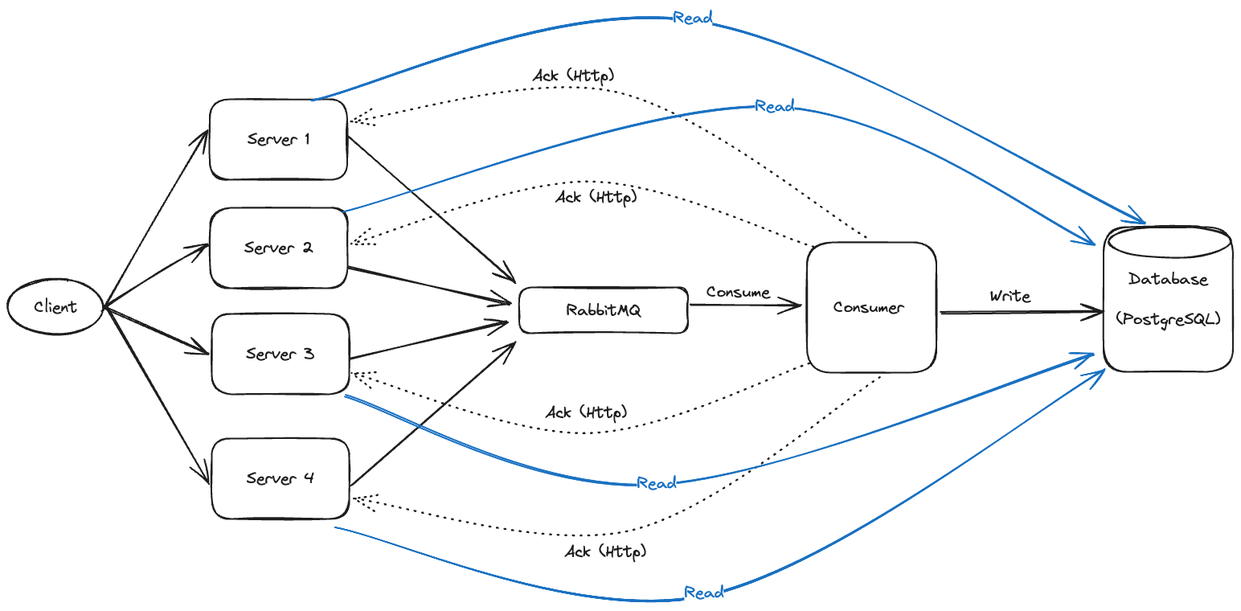
The Excalidraw diagram design/system-architecture.png in LelinZheng/group_chatflow, before a commit. Source tidied: one line per element, renumbered; positions are measured from the earlier drawing's top-left corner, leaving out a move shared by most shapes.
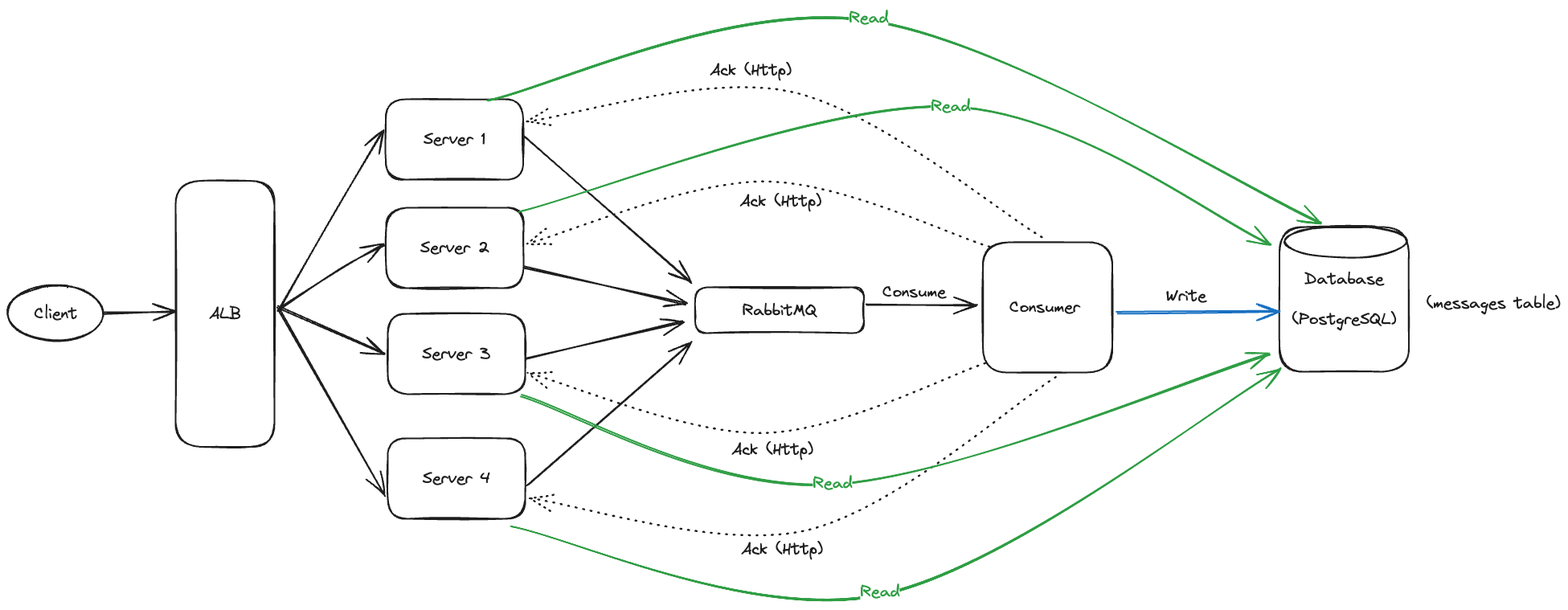
Above is the later version.

Commit message:
doc: Modified system architecture diagram

Diff of the diagram source:
```diff
@@ -1,5 +1,5 @@
-{"id": 0, "type": "ellipse", "strokeColor": "#1e1e1e", "strokeWidth": 2, "roughness": 1, "round": true, "x": 0, "y": 338, "width": 119, "height": 69}
+{"id": 0, "type": "ellipse", "strokeColor": "#1e1e1e", "strokeWidth": 2, "roughness": 1, "round": true, "x": -219, "y": 346, "width": 119, "height": 69}
-{"id": 1, "type": "text", "text": "Client", "strokeColor": "#1e1e1e", "strokeWidth": 2, "roughness": 1, "fontSize": 20, "fontFamily": 1, "textAlign": "center", "verticalAlign": "middle", "inside": 0, "x": 32, "y": 360, "width": 54, "height": 25}
+{"id": 1, "type": "text", "text": "Client", "strokeColor": "#1e1e1e", "strokeWidth": 2, "roughness": 1, "fontSize": 20, "fontFamily": 1, "textAlign": "center", "verticalAlign": "middle", "inside": 0, "x": -187, "y": 368, "width": 54, "height": 25}
 {"id": 2, "type": "rectangle", "strokeColor": "#1e1e1e", "strokeWidth": 2, "roughness": 1, "round": true, "x": 251, "y": 114, "width": 171, "height": 100}
 {"id": 3, "type": "text", "text": "Server 1", "strokeColor": "#1e1e1e", "strokeWidth": 2, "roughness": 1, "fontSize": 20, "fontFamily": 1, "textAlign": "center", "verticalAlign": "middle", "inside": 2, "x": 298, "y": 151, "width": 77, "height": 25}
 {"id": 4, "type": "rectangle", "strokeColor": "#1e1e1e", "strokeWidth": 2, "roughness": 1, "round": true, "x": 252, "y": 248, "width": 171, "height": 100}
@@ -8,10 +8,10 @@
 {"id": 7, "type": "text", "text": "Server 3", "strokeColor": "#1e1e1e", "strokeWidth": 2, "roughness": 1, "fontSize": 20, "fontFamily": 1, "textAlign": "center", "verticalAlign": "middle", "inside": 6, "x": 296, "y": 418, "width": 85, "height": 25}
 {"id": 8, "type": "rectangle", "strokeColor": "#1e1e1e", "strokeWidth": 2, "roughness": 1, "round": true, "x": 254, "y": 536, "width": 171, "height": 100}
 {"id": 9, "type": "text", "text": "Server 4", "strokeColor": "#1e1e1e", "strokeWidth": 2, "roughness": 1, "fontSize": 20, "fontFamily": 1, "textAlign": "center", "verticalAlign": "middle", "inside": 8, "x": 297, "y": 573, "width": 84, "height": 25}
-{"id": 10, "type": "arrow", "strokeColor": "#1e1e1e", "strokeWidth": 2, "roughness": 1, "endArrowhead": "arrow", "round": true, "to": 2, "x": 117, "y": 378, "width": 130, "height": 224, "points": [[0, 0], [71, -123], [130, -224]]}
+{"id": 10, "type": "arrow", "strokeColor": "#1e1e1e", "strokeWidth": 2, "roughness": 1, "endArrowhead": "arrow", "round": true, "from": 45, "to": 2, "x": 117, "y": 378, "width": 130, "height": 224, "points": [[0, 0], [71, -123], [130, -224]]}
-{"id": 11, "type": "arrow", "strokeColor": "#1e1e1e", "strokeWidth": 2, "roughness": 1, "endArrowhead": "arrow", "round": true, "from": 0, "to": 4, "x": 123, "y": 372, "width": 127, "height": 77, "points": [[0, 0], [73, -48], [127, -77]]}
+{"id": 11, "type": "arrow", "strokeColor": "#1e1e1e", "strokeWidth": 2, "roughness": 1, "endArrowhead": "arrow", "round": true, "from": 45, "to": 4, "x": 119, "y": 375, "width": 131, "height": 81, "points": [[0, 0], [77, -52], [131, -81]]}
-{"id": 12, "type": "arrow", "strokeColor": "#1e1e1e", "strokeWidth": 2, "roughness": 1, "endArrowhead": "arrow", "round": true, "to": 6, "x": 118, "y": 372, "width": 131, "height": 59, "points": [[0, 0], [131, 59]]}
+{"id": 12, "type": "arrow", "strokeColor": "#1e1e1e", "strokeWidth": 2, "roughness": 1, "endArrowhead": "arrow", "round": true, "from": 45, "to": 6, "x": 116, "y": 372, "width": 133, "height": 59, "points": [[0, 0], [133, 59]]}
-{"id": 13, "type": "arrow", "strokeColor": "#1e1e1e", "strokeWidth": 2, "roughness": 1, "endArrowhead": "arrow", "round": true, "from": 0, "to": 8, "x": 122, "y": 372, "width": 128, "height": 220, "points": [[0, 0], [128, 220]]}
+{"id": 13, "type": "arrow", "strokeColor": "#1e1e1e", "strokeWidth": 2, "roughness": 1, "endArrowhead": "arrow", "round": true, "from": 45, "to": 8, "x": 118, "y": 375, "width": 132, "height": 232, "points": [[0, 0], [132, 232]]}
 {"id": 14, "type": "rectangle", "strokeColor": "#1e1e1e", "strokeWidth": 2, "roughness": 1, "round": true, "x": 636, "y": 348, "width": 210, "height": 57}
 {"id": 15, "type": "text", "text": "RabbitMQ", "strokeColor": "#1e1e1e", "strokeWidth": 2, "roughness": 1, "fontSize": 20, "fontFamily": 1, "textAlign": "center", "verticalAlign": "middle", "inside": 14, "x": 695, "y": 364, "width": 92, "height": 25}
 {"id": 16, "type": "arrow", "strokeColor": "#1e1e1e", "strokeWidth": 2, "roughness": 1, "endArrowhead": "arrow", "round": true, "from": 2, "to": 14, "x": 423, "y": 160, "width": 208, "height": 182, "points": [[0, 0], [208, 182]]}
@@ -25,21 +25,25 @@
 {"id": 24, "type": "arrow", "strokeColor": "#1e1e1e", "strokeWidth": 2, "strokeStyle": "dotted", "roughness": 1, "endArrowhead": "arrow", "round": true, "from": 20, "to": 2, "x": 1067, "y": 284, "width": 640, "height": 180, "points": [[0, 0], [-310, -180], [-640, -144]]}
 {"id": 25, "type": "arrow", "strokeColor": "#1e1e1e", "strokeWidth": 2, "strokeStyle": "dotted", "roughness": 1, "endArrowhead": "arrow", "round": true, "to": 4, "x": 1001, "y": 296, "width": 575, "height": 80, "points": [[0, 0], [-277, -80], [-575, -4]]}
 {"id": 26, "type": "arrow", "strokeColor": "#1e1e1e", "strokeWidth": 2, "strokeStyle": "dotted", "roughness": 1, "endArrowhead": "arrow", "round": true, "to": 6, "x": 996, "y": 442, "width": 569, "height": 87, "points": [[0, 0], [-275, 87], [-569, 12]]}
-{"id": 27, "type": "text", "text": "Ack (Http)", "strokeColor": "#1e1e1e", "strokeWidth": 2, "strokeStyle": "dotted", "roughness": 1, "fontSize": 20, "fontFamily": 1, "x": 681, "y": 223, "width": 101, "height": 25}
+{"id": 27, "type": "text", "text": "Ack (Http)", "strokeColor": "#1e1e1e", "strokeWidth": 2, "strokeStyle": "dotted", "roughness": 1, "fontSize": 20, "fontFamily": 1, "x": 692, "y": 228, "width": 101, "height": 25}
 {"id": 28, "type": "ellipse", "strokeColor": "#1e1e1e", "strokeWidth": 2, "roughness": 1, "round": true, "x": 1370, "y": 270, "width": 152, "height": 40}
 {"id": 29, "type": "rectangle", "strokeColor": "#1e1e1e", "strokeWidth": 2, "roughness": 1, "round": true, "x": 1363, "y": 272, "width": 161, "height": 180}
 {"id": 30, "type": "text", "text": "Database\n\n(PostgreSQL)", "strokeColor": "#1e1e1e", "strokeWidth": 2, "roughness": 1, "fontSize": 20, "fontFamily": 1, "textAlign": "center", "verticalAlign": "middle", "inside": 29, "x": 1379, "y": 325, "width": 129, "height": 75}
-{"id": 31, "type": "arrow", "strokeColor": "#1e1e1e", "strokeWidth": 2, "roughness": 1, "endArrowhead": "arrow", "round": true, "from": 20, "to": 29, "x": 1161, "y": 378, "width": 202, "height": 1, "points": [[0, 0], [202, -1]]}
+{"id": 31, "type": "arrow", "strokeColor": "#1971c2", "strokeWidth": 2, "roughness": 1, "endArrowhead": "arrow", "round": true, "from": 20, "to": 29, "x": 1161, "y": 378, "width": 202, "height": 1, "points": [[0, 0], [202, -1]]}
 {"id": 32, "type": "text", "text": "Write", "strokeColor": "#1e1e1e", "strokeWidth": 2, "roughness": 1, "fontSize": 20, "fontFamily": 1, "x": 1222, "y": 346, "width": 50, "height": 25}
-{"id": 33, "type": "arrow", "strokeColor": "#1971c2", "strokeWidth": 2, "roughness": 1, "endArrowhead": "arrow", "round": true, "from": 8, "to": 29, "x": 407, "y": 642, "width": 956, "height": 282, "points": [[0, 0], [459, 86], [956, -196]]}
+{"id": 33, "type": "arrow", "strokeColor": "#2f9e44", "strokeWidth": 2, "roughness": 1, "endArrowhead": "arrow", "round": true, "from": 8, "to": 29, "x": 407, "y": 640, "width": 956, "height": 282, "points": [[0, 0], [459, 86], [956, -196]]}
-{"id": 34, "type": "text", "text": "Read", "strokeColor": "#1971c2", "strokeWidth": 2, "roughness": 1, "fontSize": 20, "fontFamily": 1, "textAlign": "center", "verticalAlign": "middle", "inside": 33, "x": 841, "y": 715, "width": 49, "height": 25}
+{"id": 34, "type": "text", "text": "Read", "strokeColor": "#2f9e44", "strokeWidth": 2, "roughness": 1, "fontSize": 20, "fontFamily": 1, "textAlign": "center", "verticalAlign": "middle", "inside": 33, "x": 841, "y": 715, "width": 49, "height": 25}
-{"id": 35, "type": "arrow", "strokeColor": "#1971c2", "strokeWidth": 2, "roughness": 1, "endArrowhead": "arrow", "round": true, "from": 6, "to": 29, "x": 419, "y": 480, "width": 932, "height": 162, "points": [[0, 0], [388, 111], [932, -51]]}
+{"id": 35, "type": "arrow", "strokeColor": "#2f9e44", "strokeWidth": 2, "roughness": 1, "endArrowhead": "arrow", "round": true, "from": 6, "to": 29, "x": 419, "y": 480, "width": 932, "height": 162, "points": [[0, 0], [388, 111], [932, -51]]}
-{"id": 36, "type": "text", "text": "Read", "strokeColor": "#1971c2", "strokeWidth": 2, "roughness": 1, "fontSize": 20, "fontFamily": 1, "textAlign": "center", "verticalAlign": "middle", "inside": 35, "x": 782, "y": 579, "width": 49, "height": 25}
+{"id": 36, "type": "text", "text": "Read", "strokeColor": "#2f9e44", "strokeWidth": 2, "roughness": 1, "fontSize": 20, "fontFamily": 1, "textAlign": "center", "verticalAlign": "middle", "inside": 35, "x": 782, "y": 579, "width": 49, "height": 25}
-{"id": 37, "type": "arrow", "strokeColor": "#1971c2", "strokeWidth": 2, "roughness": 1, "endArrowhead": "arrow", "round": true, "from": 2, "to": 29, "x": 377, "y": 112, "width": 1037, "height": 251, "points": [[0, 0], [475, -99], [1037, 152]]}
+{"id": 37, "type": "arrow", "strokeColor": "#2f9e44", "strokeWidth": 2, "roughness": 1, "endArrowhead": "arrow", "round": true, "from": 2, "to": 29, "x": 377, "y": 112, "width": 1037, "height": 251, "points": [[0, 0], [475, -99], [1037, 152]]}
-{"id": 38, "type": "text", "text": "Read", "strokeColor": "#1971c2", "strokeWidth": 2, "roughness": 1, "fontSize": 20, "fontFamily": 1, "textAlign": "center", "verticalAlign": "middle", "inside": 37, "x": 827, "y": 0, "width": 49, "height": 25}
+{"id": 38, "type": "text", "text": "Read", "strokeColor": "#2f9e44", "strokeWidth": 2, "roughness": 1, "fontSize": 20, "fontFamily": 1, "textAlign": "center", "verticalAlign": "middle", "inside": 37, "x": 827, "y": 0, "width": 49, "height": 25}
-{"id": 39, "type": "arrow", "strokeColor": "#1971c2", "strokeWidth": 2, "roughness": 1, "endArrowhead": "arrow", "round": true, "to": 29, "x": 417, "y": 252, "width": 934, "height": 172, "points": [[0, 0], [537, -130], [934, 42]]}
+{"id": 39, "type": "arrow", "strokeColor": "#2f9e44", "strokeWidth": 2, "roughness": 1, "endArrowhead": "arrow", "round": true, "to": 29, "x": 417, "y": 252, "width": 934, "height": 172, "points": [[0, 0], [537, -130], [934, 42]]}
-{"id": 40, "type": "text", "text": "Read", "strokeColor": "#1971c2", "strokeWidth": 2, "roughness": 1, "fontSize": 20, "fontFamily": 1, "textAlign": "center", "verticalAlign": "middle", "inside": 39, "x": 955, "y": 150, "width": 49, "height": 25}
+{"id": 40, "type": "text", "text": "Read", "strokeColor": "#2f9e44", "strokeWidth": 2, "roughness": 1, "fontSize": 20, "fontFamily": 1, "textAlign": "center", "verticalAlign": "middle", "inside": 39, "x": 955, "y": 150, "width": 49, "height": 25}
 {"id": 41, "type": "text", "text": "Consume", "strokeColor": "#1e1e1e", "strokeWidth": 2, "roughness": 1, "fontSize": 20, "fontFamily": 1, "x": 869, "y": 340, "width": 79, "height": 25}
-{"id": 42, "type": "text", "text": "Ack (Http)", "strokeColor": "#1e1e1e", "strokeWidth": 2, "strokeStyle": "dotted", "roughness": 1, "fontSize": 20, "fontFamily": 1, "x": 652, "y": 72, "width": 101, "height": 25}
-{"id": 43, "type": "text", "text": "Ack (Http)", "strokeColor": "#1e1e1e", "strokeWidth": 2, "strokeStyle": "dotted", "roughness": 1, "fontSize": 20, "fontFamily": 1, "x": 668, "y": 491, "width": 101, "height": 25}
-{"id": 44, "type": "text", "text": "Ack (Http)", "strokeColor": "#1e1e1e", "strokeWidth": 2, "strokeStyle": "dotted", "roughness": 1, "fontSize": 20, "fontFamily": 1, "x": 692, "y": 664, "width": 101, "height": 25}
+{"id": 45, "type": "rectangle", "strokeColor": "#1e1e1e", "strokeWidth": 2, "roughness": 1, "round": true, "x": -10, "y": 215, "width": 123, "height": 331}
+{"id": 46, "type": "text", "text": "ALB", "strokeColor": "#1e1e1e", "strokeWidth": 2, "roughness": 1, "fontSize": 20, "fontFamily": 1, "textAlign": "center", "verticalAlign": "middle", "inside": 45, "x": 31, "y": 368, "width": 40, "height": 25}
+{"id": 47, "type": "arrow", "strokeColor": "#1e1e1e", "strokeWidth": 2, "roughness": 1, "endArrowhead": "arrow", "round": true, "from": 0, "to": 45, "x": -100, "y": 380, "width": 89, "height": 2, "points": [[0, 0], [89, -2]]}
+{"id": 48, "type": "text", "text": "(messages table)", "strokeColor": "#1e1e1e", "backgroundColor": "#ffffff", "fillStyle": "solid", "strokeWidth": 2, "roughness": 1, "fontSize": 20, "fontFamily": 1, "x": 1546, "y": 354, "width": 167, "height": 25}
+{"id": 49, "type": "text", "text": "Ack (Http)", "strokeColor": "#1e1e1e", "strokeWidth": 2, "strokeStyle": "dotted", "roughness": 1, "fontSize": 20, "fontFamily": 1, "x": 654, "y": 65, "width": 101, "height": 25}
+{"id": 50, "type": "text", "text": "Ack (Http)", "strokeColor": "#1e1e1e", "strokeWidth": 2, "strokeStyle": "dotted", "roughness": 1, "fontSize": 20, "fontFamily": 1, "x": 681, "y": 537, "width": 101, "height": 25}
+{"id": 51, "type": "text", "text": "Ack (Http)", "strokeColor": "#1e1e1e", "strokeWidth": 2, "strokeStyle": "dotted", "roughness": 1, "fontSize": 20, "fontFamily": 1, "x": 693, "y": 661, "width": 101, "height": 25}
```
